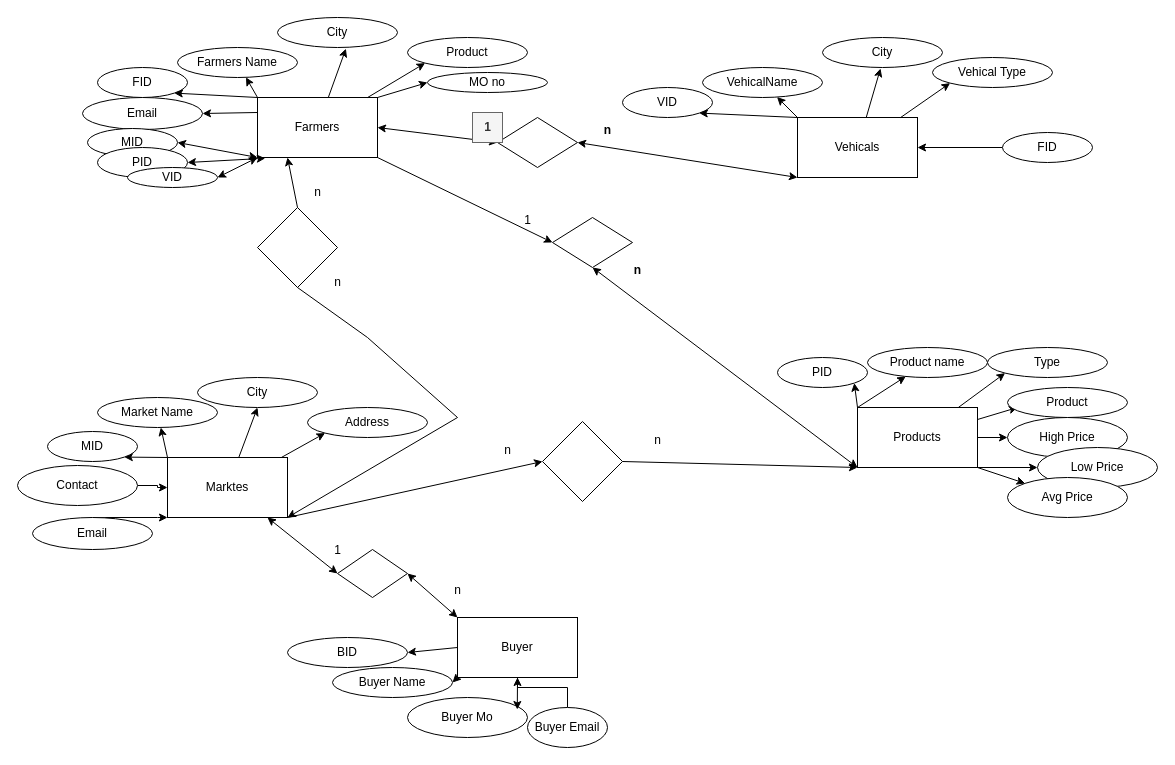
This is Untitled Diagram.drawio from rahulshermale/farmer_help, a draw.io file, before an edit. Source tidied: cells renumbered, new cells numbered last; positions are measured from the earlier drawing's top-left corner, leaving out a move shared by most shapes. Both pictures are drawn from the tidied source at 100%, with x=0, y=0 at pixel (17, 17).
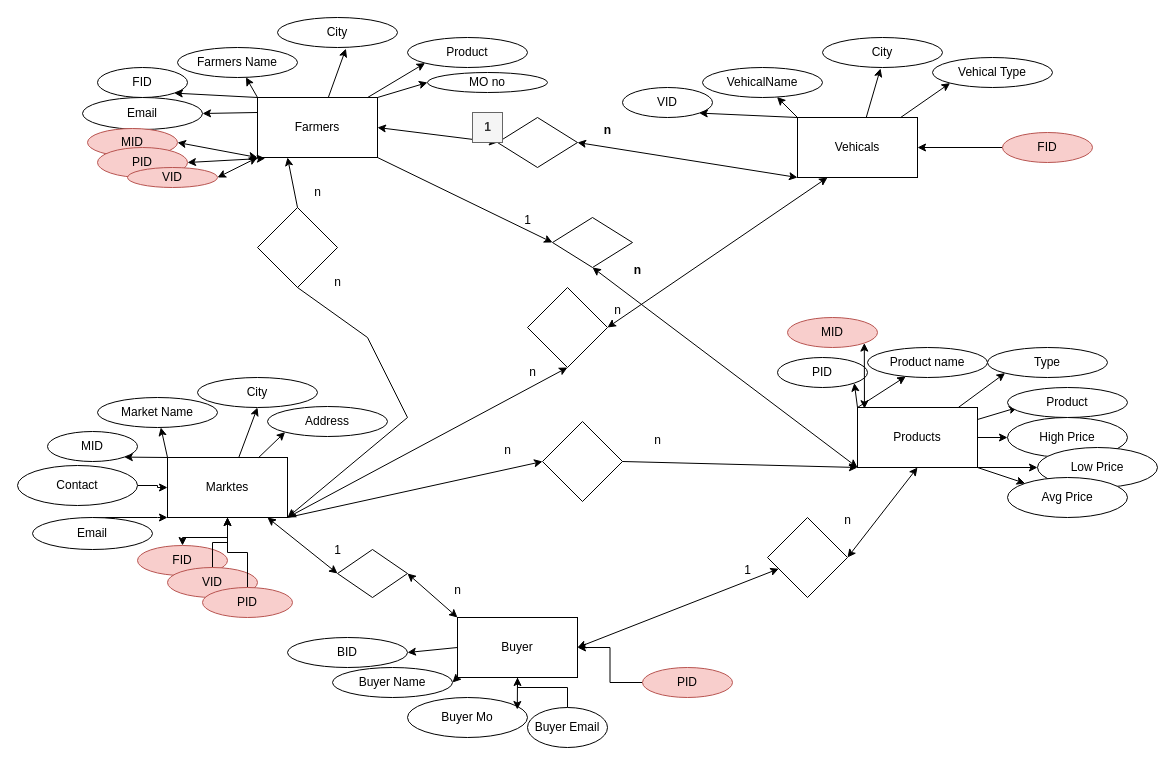
The same diagram, later.

The change refers to these unchanged cells:
```xml
<mxCell id="3" value="Buyer" style="whiteSpace=wrap;html=1;" parent="1" vertex="1">
  <mxGeometry x="440" y="600" width="120" height="60" as="geometry" />
</mxCell>
<mxCell id="12" value="Vehicals" style="rounded=0;whiteSpace=wrap;html=1;" parent="1" vertex="1">
  <mxGeometry x="780" y="100" width="120" height="60" as="geometry" />
</mxCell>
<mxCell id="21" value="Products" style="rounded=0;whiteSpace=wrap;html=1;" parent="1" vertex="1">
  <mxGeometry x="840" y="390" width="120" height="60" as="geometry" />
</mxCell>
<mxCell id="36" value="Marktes" style="rounded=0;whiteSpace=wrap;html=1;" parent="1" vertex="1">
  <mxGeometry x="150" y="440" width="120" height="60" as="geometry" />
</mxCell>
<mxCell id="45" style="rhombus;whiteSpace=wrap;html=1;" parent="1" vertex="1">
  <mxGeometry x="240" y="190" width="80" height="80" as="geometry" />
</mxCell>
```

The edit, as a diff of the source:
```diff
@@
+    <mxCell id="94" style="edgeStyle=orthogonalEdgeStyle;rounded=0;jettySize=auto;html=1;" parent="1" edge="1" source="36" target="95">
+      <mxGeometry relative="1" as="geometry" />
+    </mxCell>
@@
     <mxCell id="43" value="Address" style="ellipse;whiteSpace=wrap;html=1;" parent="1" vertex="1">
-      <mxGeometry x="290" y="390" width="120" height="30" as="geometry" />
+      <mxGeometry x="250" y="389" width="120" height="30" as="geometry" />
     </mxCell>
@@
     <mxCell id="47" style="endArrow=classic;html=1;rounded=0;exitX=0.5;exitY=1;exitDx=0;exitDy=0;entryX=1;entryY=1;entryDx=0;entryDy=0;" parent="1" edge="1" source="45" target="36">
       <mxGeometry relative="1" as="geometry">
         <Array as="points">
           <mxPoint x="350" y="320" />
-          <mxPoint x="440" y="400" />
+          <mxPoint x="390" y="400" />
         </Array>
       </mxGeometry>
     </mxCell>
@@
-    <mxCell id="86" value="MID" style="ellipse;whiteSpace=wrap;html=1;" parent="1" vertex="1">
+    <mxCell id="86" value="MID" style="ellipse;whiteSpace=wrap;html=1;fillColor=#f8cecc;strokeColor=#b85450;" parent="1" vertex="1">
       <mxGeometry x="70" y="111" width="90" height="28" as="geometry" />
     </mxCell>
-    <mxCell id="87" value="PID" style="ellipse;whiteSpace=wrap;html=1;" parent="1" vertex="1">
+    <mxCell id="87" value="PID" style="ellipse;whiteSpace=wrap;html=1;fillColor=#f8cecc;strokeColor=#b85450;" parent="1" vertex="1">
       <mxGeometry x="80" y="130" width="90" height="30" as="geometry" />
     </mxCell>
-    <mxCell id="88" value="VID" style="ellipse;whiteSpace=wrap;html=1;" parent="1" vertex="1">
+    <mxCell id="88" value="VID" style="ellipse;whiteSpace=wrap;html=1;fillColor=#f8cecc;strokeColor=#b85450;" parent="1" vertex="1">
       <mxGeometry x="110" y="150" width="90" height="20" as="geometry" />
     </mxCell>
@@
-    <mxCell id="93" value="FID" style="ellipse;whiteSpace=wrap;html=1;" parent="1" vertex="1">
+    <mxCell id="93" value="FID" style="ellipse;whiteSpace=wrap;html=1;fillColor=#f8cecc;strokeColor=#b85450;" parent="1" vertex="1">
       <mxGeometry x="985" y="115" width="90" height="30" as="geometry" />
     </mxCell>
+    <mxCell id="95" value="FID" style="ellipse;whiteSpace=wrap;html=1;fillColor=#f8cecc;strokeColor=#b85450;" parent="1" vertex="1">
+      <mxGeometry x="120" y="528" width="90" height="30" as="geometry" />
+    </mxCell>
+    <mxCell id="96" style="edgeStyle=orthogonalEdgeStyle;rounded=0;jettySize=auto;html=1;" parent="1" edge="1" source="97" target="36">
+      <mxGeometry relative="1" as="geometry" />
+    </mxCell>
+    <mxCell id="97" value="VID" style="ellipse;whiteSpace=wrap;html=1;fillColor=#f8cecc;strokeColor=#b85450;" parent="1" vertex="1">
+      <mxGeometry x="150" y="550" width="90" height="30" as="geometry" />
+    </mxCell>
+    <mxCell id="98" style="edgeStyle=orthogonalEdgeStyle;rounded=0;jettySize=auto;html=1;" parent="1" edge="1" source="99" target="36">
+      <mxGeometry relative="1" as="geometry" />
+    </mxCell>
+    <mxCell id="99" value="PID" style="ellipse;whiteSpace=wrap;html=1;fillColor=#f8cecc;strokeColor=#b85450;" parent="1" vertex="1">
+      <mxGeometry x="185" y="570" width="90" height="30" as="geometry" />
+    </mxCell>
+    <mxCell id="100" style="edgeStyle=orthogonalEdgeStyle;rounded=0;jettySize=auto;html=1;" parent="1" edge="1" source="101" target="3">
+      <mxGeometry relative="1" as="geometry" />
+    </mxCell>
+    <mxCell id="101" value="PID" style="ellipse;whiteSpace=wrap;html=1;fillColor=#f8cecc;strokeColor=#b85450;" parent="1" vertex="1">
+      <mxGeometry x="625" y="650" width="90" height="30" as="geometry" />
+    </mxCell>
+    <mxCell id="102" style="rhombus;whiteSpace=wrap;html=1;" parent="1" vertex="1">
+      <mxGeometry x="750" y="500" width="80" height="80" as="geometry" />
+    </mxCell>
+    <mxCell id="103" style="endArrow=classic;startArrow=classic;html=1;rounded=0;exitX=1;exitY=0.5;exitDx=0;exitDy=0;" parent="1" edge="1" source="3" target="102">
+      <mxGeometry relative="1" as="geometry" />
+    </mxCell>
+    <mxCell id="104" style="endArrow=classic;startArrow=classic;html=1;rounded=0;entryX=0.5;entryY=1;entryDx=0;entryDy=0;exitX=1;exitY=0.5;exitDx=0;exitDy=0;" parent="1" edge="1" source="102" target="21">
+      <mxGeometry relative="1" as="geometry" />
+    </mxCell>
+    <mxCell id="105" value="1" style="text;html=1;align=center;verticalAlign=middle;strokeColor=none;fillColor=none;" parent="1" vertex="1">
+      <mxGeometry x="715" y="538" width="30" height="30" as="geometry" />
+    </mxCell>
+    <mxCell id="106" value="n" style="text;html=1;align=center;verticalAlign=middle;strokeColor=none;fillColor=none;" parent="1" vertex="1">
+      <mxGeometry x="815" y="488" width="30" height="30" as="geometry" />
+    </mxCell>
+    <mxCell id="107" value="MID" style="ellipse;whiteSpace=wrap;html=1;fillColor=#f8cecc;strokeColor=#b85450;" parent="1" vertex="1">
+      <mxGeometry x="770" y="300" width="90" height="30" as="geometry" />
+    </mxCell>
+    <mxCell id="108" style="endArrow=classic;startArrow=classic;html=1;rounded=0;entryX=1;entryY=1;entryDx=0;entryDy=0;exitX=0.058;exitY=0.02;exitDx=0;exitDy=0;exitPerimeter=0;" parent="1" edge="1" source="21" target="107">
+      <mxGeometry relative="1" as="geometry" />
+    </mxCell>
+    <mxCell id="109" style="rhombus;whiteSpace=wrap;html=1;" parent="1" vertex="1">
+      <mxGeometry x="510" y="270" width="80" height="80" as="geometry" />
+    </mxCell>
+    <mxCell id="110" style="endArrow=classic;startArrow=classic;html=1;rounded=0;entryX=0.25;entryY=1;entryDx=0;entryDy=0;exitX=1;exitY=0.5;exitDx=0;exitDy=0;" parent="1" edge="1" source="109" target="12">
+      <mxGeometry relative="1" as="geometry" />
+    </mxCell>
+    <mxCell id="111" style="endArrow=classic;startArrow=classic;html=1;rounded=0;entryX=0.5;entryY=1;entryDx=0;entryDy=0;" parent="1" edge="1" target="109">
+      <mxGeometry relative="1" as="geometry">
+        <mxPoint x="270" y="500" as="sourcePoint" />
+      </mxGeometry>
+    </mxCell>
+    <mxCell id="112" value="n" style="text;html=1;align=center;verticalAlign=middle;strokeColor=none;fillColor=none;" parent="1" vertex="1">
+      <mxGeometry x="500" y="340" width="30" height="30" as="geometry" />
+    </mxCell>
+    <mxCell id="113" value="n" style="text;html=1;align=center;verticalAlign=middle;strokeColor=none;fillColor=none;" parent="1" vertex="1">
+      <mxGeometry x="585" y="278" width="30" height="30" as="geometry" />
+    </mxCell>
```
